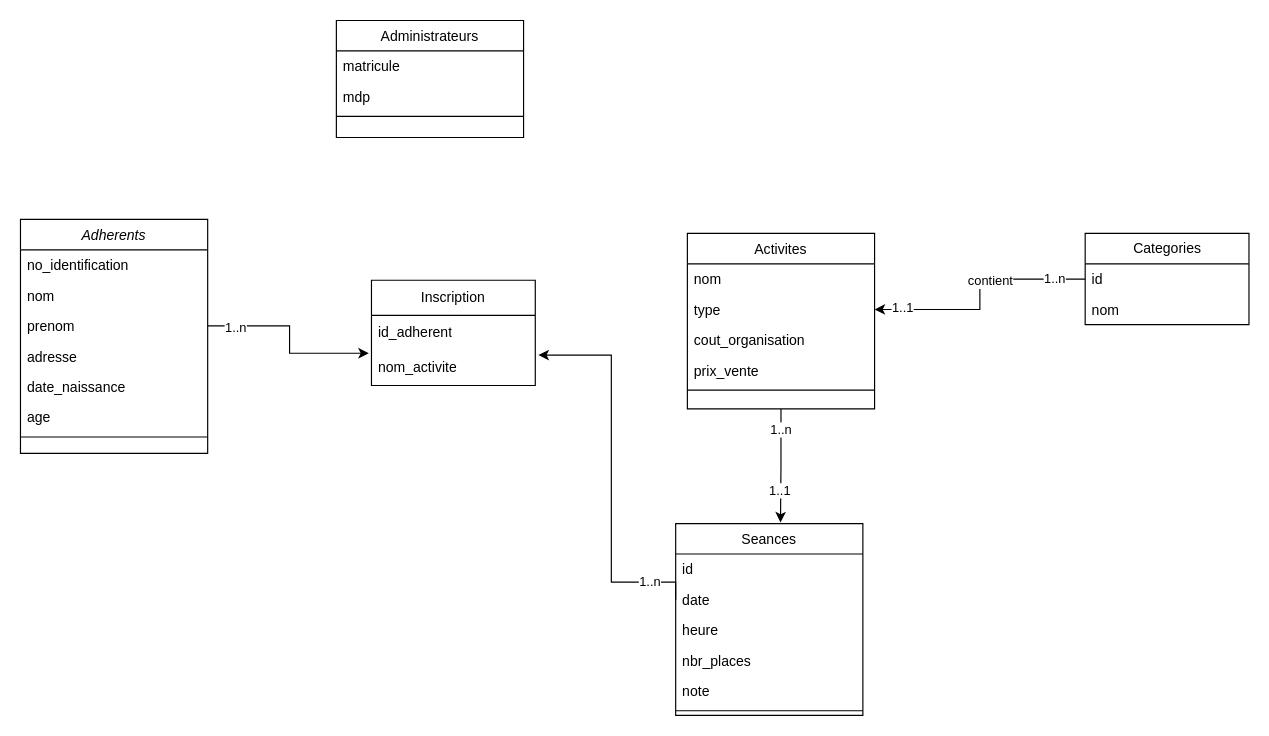
Above: Projet_BDD/ProjetBDD.drawio in MeCookedInMath/Projet-FDS_prog (draw.io), before the change. Source tidied: cells renumbered, new cells numbered last; positions are measured from the earlier drawing's top-left corner, leaving out a move shared by most shapes. Both pictures are drawn from the tidied source at 117%, with x=0, y=0 at pixel (20, 20).
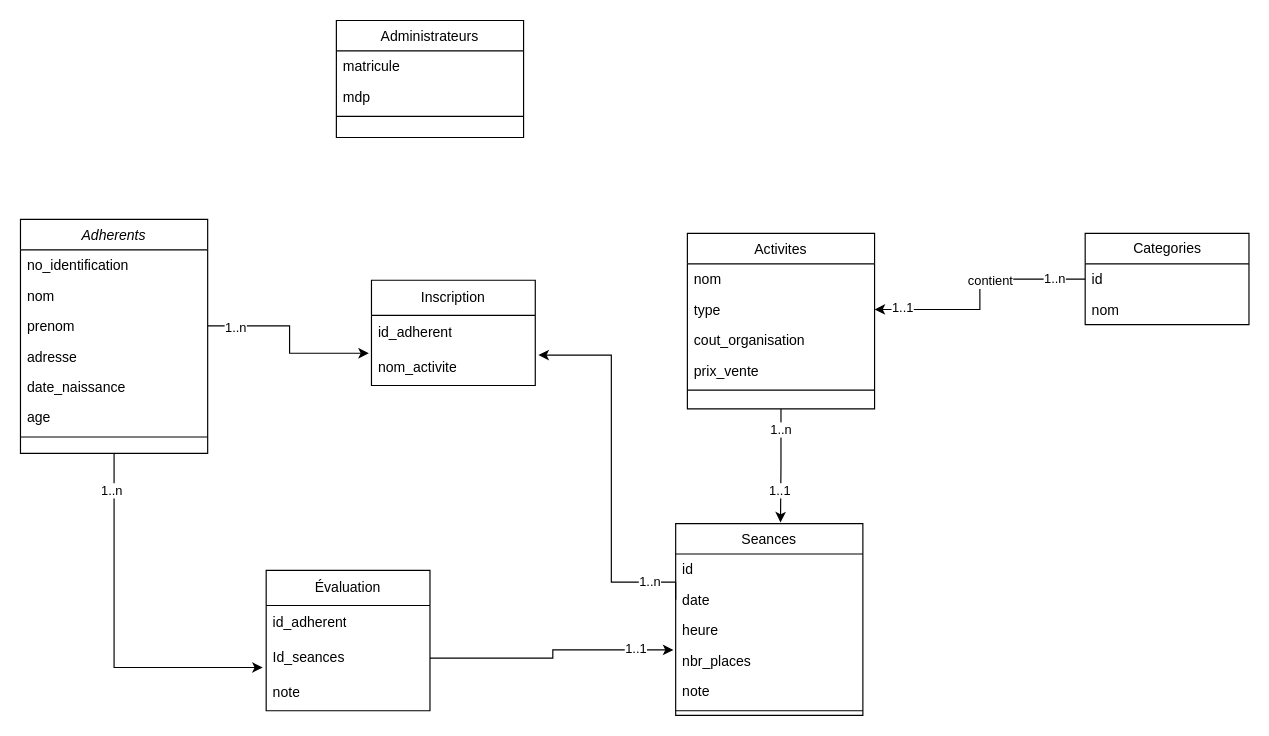
The same diagram, later.

The change refers to these unchanged cells:
```xml
<mxCell id="2" value="Adherents" style="swimlane;fontStyle=2;align=center;verticalAlign=top;horizontal=1;startSize=26;rounded=0;shadow=0;strokeWidth=1;" parent="1" vertex="1">
  <mxGeometry y="170" width="160" height="200" as="geometry" />
</mxCell>
<mxCell id="18" value="nbr_places" style="text;strokeColor=none;fillColor=none;align=left;verticalAlign=top;spacingLeft=4;spacingRight=4;overflow=hidden;points=[[0,0.5],[1,0.5]];portConstraint=eastwest;whiteSpace=wrap;html=1;" parent="14" vertex="1">
  <mxGeometry y="104" width="160" height="26" as="geometry" />
</mxCell>
```

What changed in the source:
```diff
@@
+    <mxCell id="44" value="Évaluation" style="swimlane;fontStyle=0;horizontal=1;startSize=30;whiteSpace=wrap;html=1;" parent="1" vertex="1">
+      <mxGeometry x="210" y="470" width="140" height="120" as="geometry" />
+    </mxCell>
+    <mxCell id="45" value="id_adherent" style="text;strokeColor=none;fillColor=none;align=left;verticalAlign=middle;spacingLeft=4;spacingRight=4;overflow=hidden;whiteSpace=wrap;html=1;" parent="44" vertex="1">
+      <mxGeometry y="30" width="140" height="30" as="geometry" />
+    </mxCell>
+    <mxCell id="46" value="Id_seances" style="text;strokeColor=none;fillColor=none;align=left;verticalAlign=middle;spacingLeft=4;spacingRight=4;overflow=hidden;points=[[0,0.5],[1,0.5]];portConstraint=eastwest;whiteSpace=wrap;html=1;" parent="44" vertex="1">
+      <mxGeometry y="60" width="140" height="30" as="geometry" />
+    </mxCell>
+    <mxCell id="47" value="note" style="text;strokeColor=none;fillColor=none;align=left;verticalAlign=middle;spacingLeft=4;spacingRight=4;overflow=hidden;whiteSpace=wrap;html=1;" parent="44" vertex="1">
+      <mxGeometry y="90" width="140" height="30" as="geometry" />
+    </mxCell>
+    <mxCell id="48" style="edgeStyle=orthogonalEdgeStyle;rounded=0;jettySize=auto;html=1;exitX=0.5;exitY=1;exitDx=0;exitDy=0;entryX=-0.021;entryY=0.767;entryDx=0;entryDy=0;entryPerimeter=0;" parent="1" edge="1" source="2" target="46">
+      <mxGeometry relative="1" as="geometry" />
+    </mxCell>
+    <mxCell id="49" value="1..n" style="edgeLabel;html=1;align=center;verticalAlign=middle;" parent="48" vertex="1">
+      <mxGeometry x="-0.8" y="-3" relative="1" as="geometry" />
+    </mxCell>
+    <mxCell id="50" style="edgeStyle=orthogonalEdgeStyle;rounded=0;jettySize=auto;html=1;exitX=1;exitY=0.5;exitDx=0;exitDy=0;entryX=-0.012;entryY=0.154;entryDx=0;entryDy=0;entryPerimeter=0;" parent="1" edge="1" source="46" target="18">
+      <mxGeometry relative="1" as="geometry" />
+    </mxCell>
+    <mxCell id="51" value="1..1" style="edgeLabel;html=1;align=center;verticalAlign=middle;" parent="50" vertex="1">
+      <mxGeometry x="0.69" y="2" relative="1" as="geometry" />
+    </mxCell>
```
